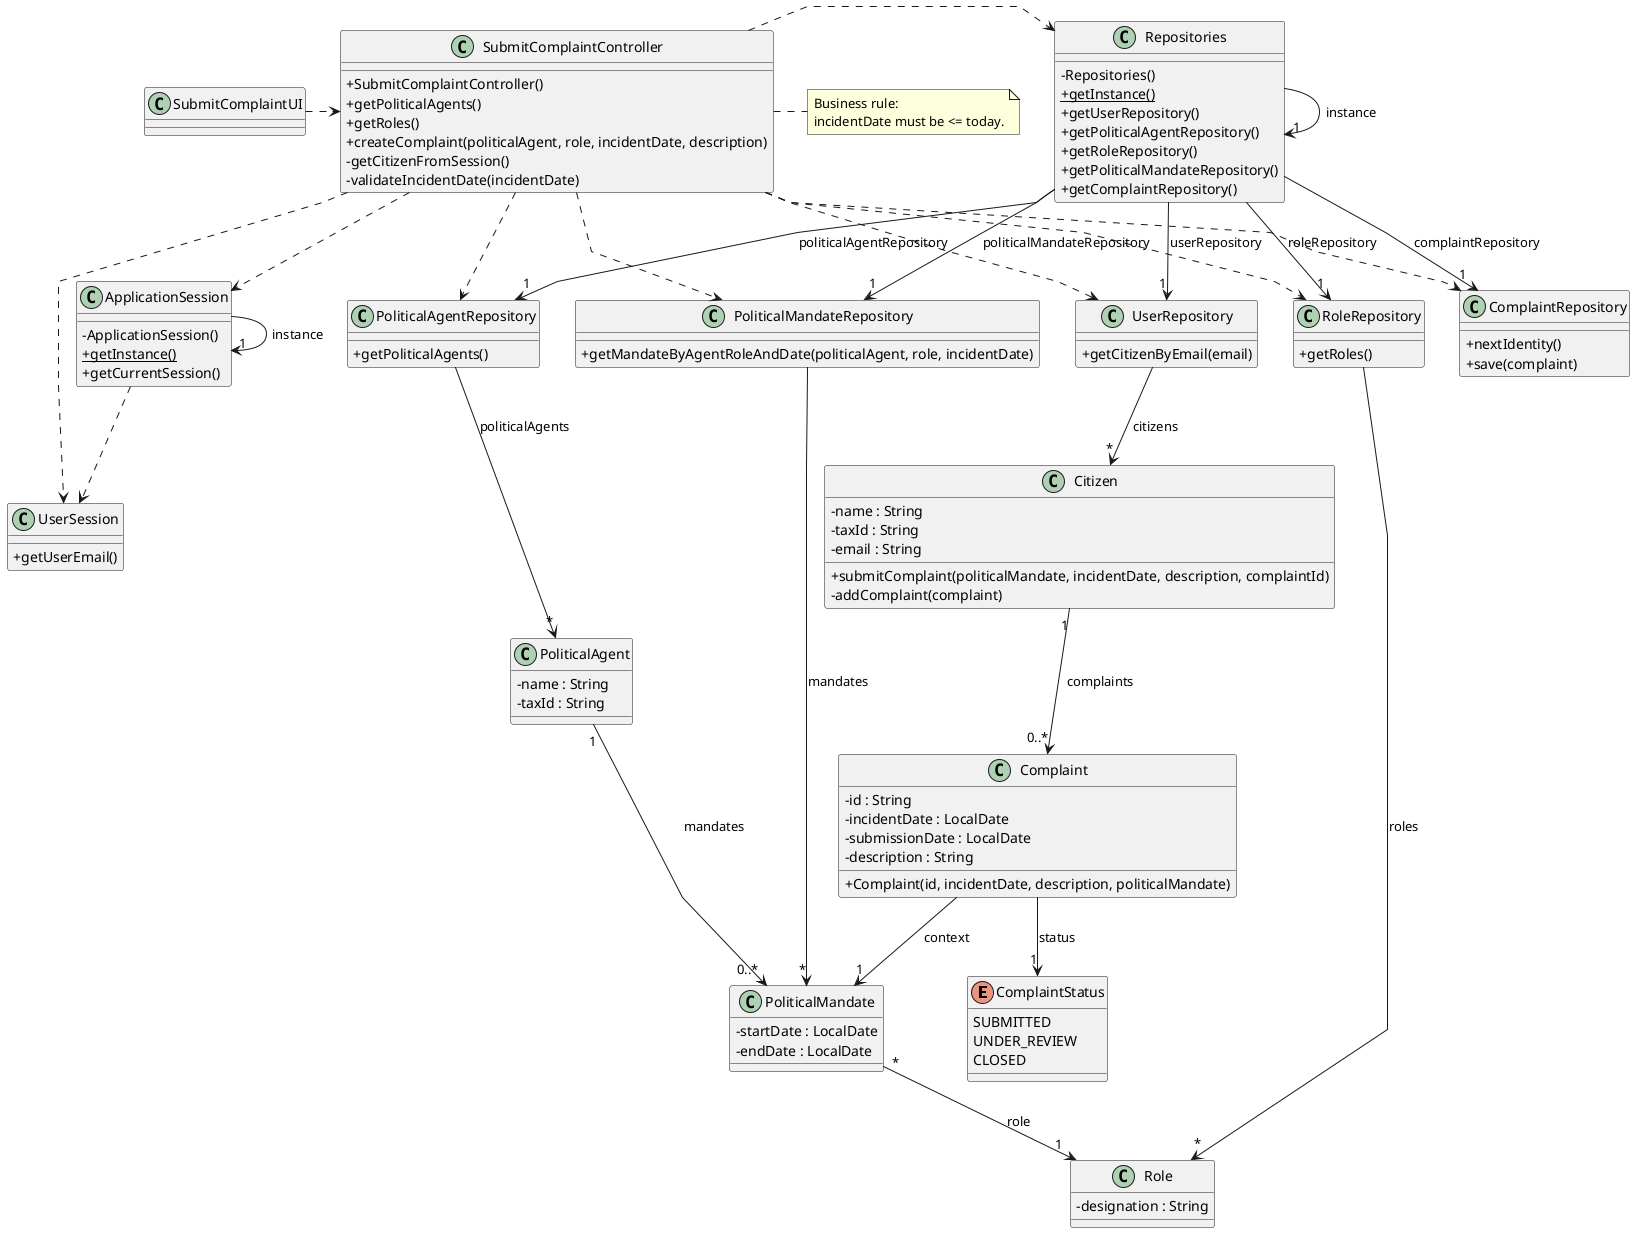
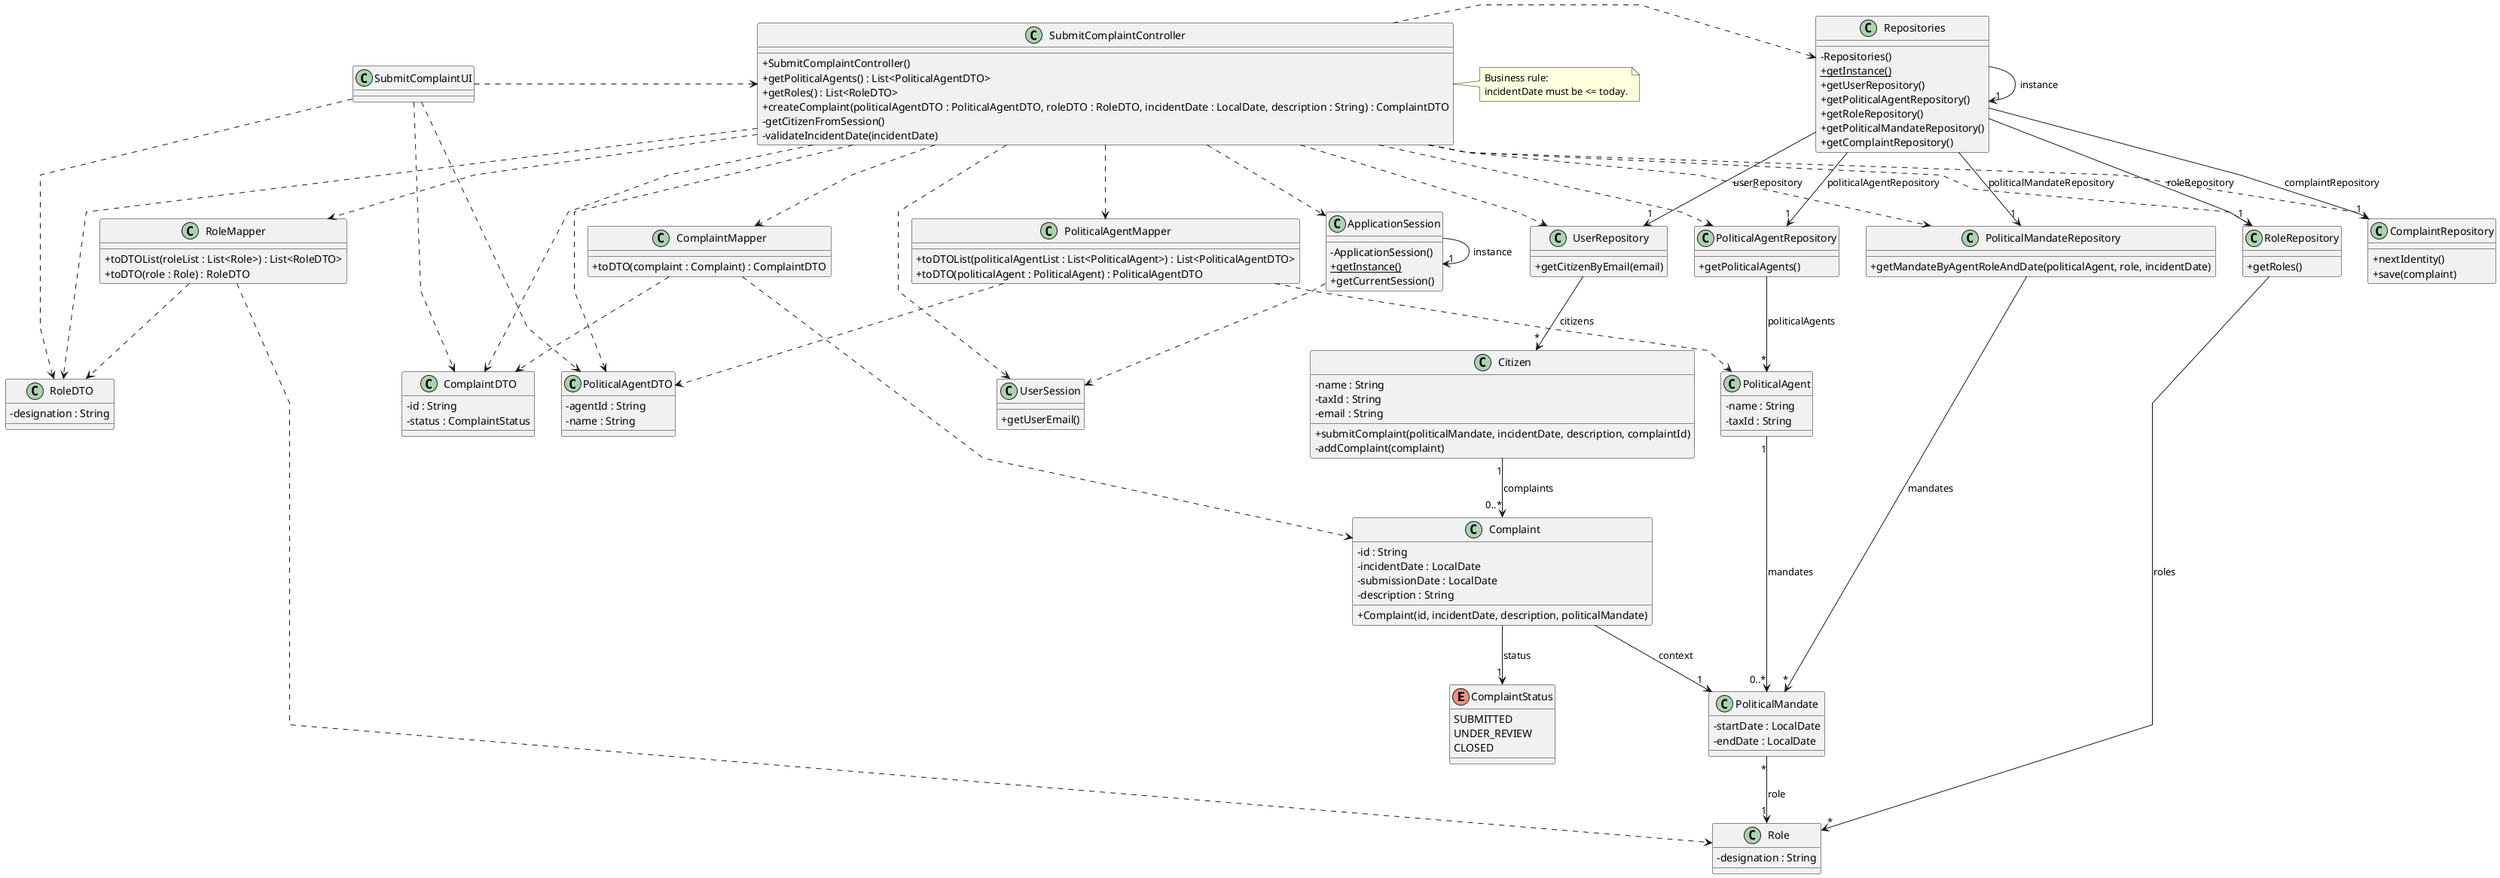
@startuml
skinparam packageStyle rectangle
skinparam shadowing false
skinparam linetype polyline
skinparam classAttributeIconSize 0

enum ComplaintStatus {
    SUBMITTED
    UNDER_REVIEW
    CLOSED
}

class ApplicationSession {
    - ApplicationSession()
    + {static} getInstance()
    + getCurrentSession()
}

class UserSession {
    + getUserEmail()
}

class Citizen {
    - name : String
    - taxId : String
    - email : String

    + submitComplaint(politicalMandate, incidentDate, description, complaintId)
    - addComplaint(complaint)
}

class PoliticalAgent {
    - name : String
    - taxId : String
}

class Role {
    - designation : String
}

class PoliticalMandate {
    - startDate : LocalDate
    - endDate : LocalDate
}

class Complaint {
    - id : String
    - incidentDate : LocalDate
    - submissionDate : LocalDate
    - description : String

    + Complaint(id, incidentDate, description, politicalMandate)
}

+ class PoliticalAgentDTO {
+     - agentId : String
+     - name : String
+ }
+ 
+ class PoliticalAgentMapper {
+     + toDTOList(politicalAgentList : List<PoliticalAgent>) : List<PoliticalAgentDTO>
+     + toDTO(politicalAgent : PoliticalAgent) : PoliticalAgentDTO
+ }
+ 
+ class RoleDTO {
+     - designation : String
+ }
+ 
+ class RoleMapper {
+     + toDTOList(roleList : List<Role>) : List<RoleDTO>
+     + toDTO(role : Role) : RoleDTO
+ }
+ 
+ class ComplaintDTO {
+     - id : String
+     - status : ComplaintStatus
+ }
+ 
+ class ComplaintMapper {
+     + toDTO(complaint : Complaint) : ComplaintDTO
+ }
+ 
class UserRepository {
    + getCitizenByEmail(email)
}

class PoliticalAgentRepository {
    + getPoliticalAgents()
}

class RoleRepository {
    + getRoles()
}

class PoliticalMandateRepository {
    + getMandateByAgentRoleAndDate(politicalAgent, role, incidentDate)
}

class ComplaintRepository {
    + nextIdentity()
    + save(complaint)
}

class Repositories {
    - Repositories()
    + {static} getInstance()
    + getUserRepository()
    + getPoliticalAgentRepository()
    + getRoleRepository()
    + getPoliticalMandateRepository()
    + getComplaintRepository()
}

class SubmitComplaintController {
    + SubmitComplaintController()
-     + getPoliticalAgents()
-     + getRoles()
-     + createComplaint(politicalAgent, role, incidentDate, description)
+     + getPoliticalAgents() : List<PoliticalAgentDTO>
+     + getRoles() : List<RoleDTO>
+     + createComplaint(politicalAgentDTO : PoliticalAgentDTO, roleDTO : RoleDTO, incidentDate : LocalDate, description : String) : ComplaintDTO
    - getCitizenFromSession()
    - validateIncidentDate(incidentDate)
}

class SubmitComplaintUI {
}

note right of SubmitComplaintController
    Business rule:
    incidentDate must be <= today.
end note

SubmitComplaintUI .> SubmitComplaintController
+ SubmitComplaintUI ..> PoliticalAgentDTO
+ SubmitComplaintUI ..> RoleDTO
+ SubmitComplaintUI ..> ComplaintDTO
+ 
SubmitComplaintController .> Repositories
- 
SubmitComplaintController ..> ApplicationSession
SubmitComplaintController ..> UserSession
SubmitComplaintController ..> UserRepository
SubmitComplaintController ..> PoliticalAgentRepository
SubmitComplaintController ..> RoleRepository
SubmitComplaintController ..> PoliticalMandateRepository
SubmitComplaintController ..> ComplaintRepository
+ SubmitComplaintController ..> PoliticalAgentMapper
+ SubmitComplaintController ..> RoleMapper
+ SubmitComplaintController ..> ComplaintMapper
+ SubmitComplaintController ..> PoliticalAgentDTO
+ SubmitComplaintController ..> RoleDTO
+ SubmitComplaintController ..> ComplaintDTO
+ 
+ PoliticalAgentMapper ..> PoliticalAgent
+ PoliticalAgentMapper ..> PoliticalAgentDTO
+ 
+ RoleMapper ..> Role
+ RoleMapper ..> RoleDTO
+ 
+ ComplaintMapper ..> Complaint
+ ComplaintMapper ..> ComplaintDTO

Repositories -> "1" Repositories : instance
Repositories --> "1" UserRepository : userRepository
Repositories --> "1" PoliticalAgentRepository : politicalAgentRepository
Repositories --> "1" RoleRepository : roleRepository
Repositories --> "1" PoliticalMandateRepository : politicalMandateRepository
Repositories --> "1" ComplaintRepository : complaintRepository

ApplicationSession -> "1" ApplicationSession : instance
ApplicationSession ..> UserSession

PoliticalAgentRepository --> "*" PoliticalAgent : politicalAgents
RoleRepository --> "*" Role : roles
UserRepository --> "*" Citizen : citizens
PoliticalMandateRepository --> "*" PoliticalMandate : mandates

PoliticalAgent "1" --> "0..*" PoliticalMandate : mandates
PoliticalMandate "*" --> "1" Role : role

Citizen "1" --> "0..*" Complaint : complaints
Complaint --> "1" ComplaintStatus : status
Complaint --> "1" PoliticalMandate : context

@enduml
